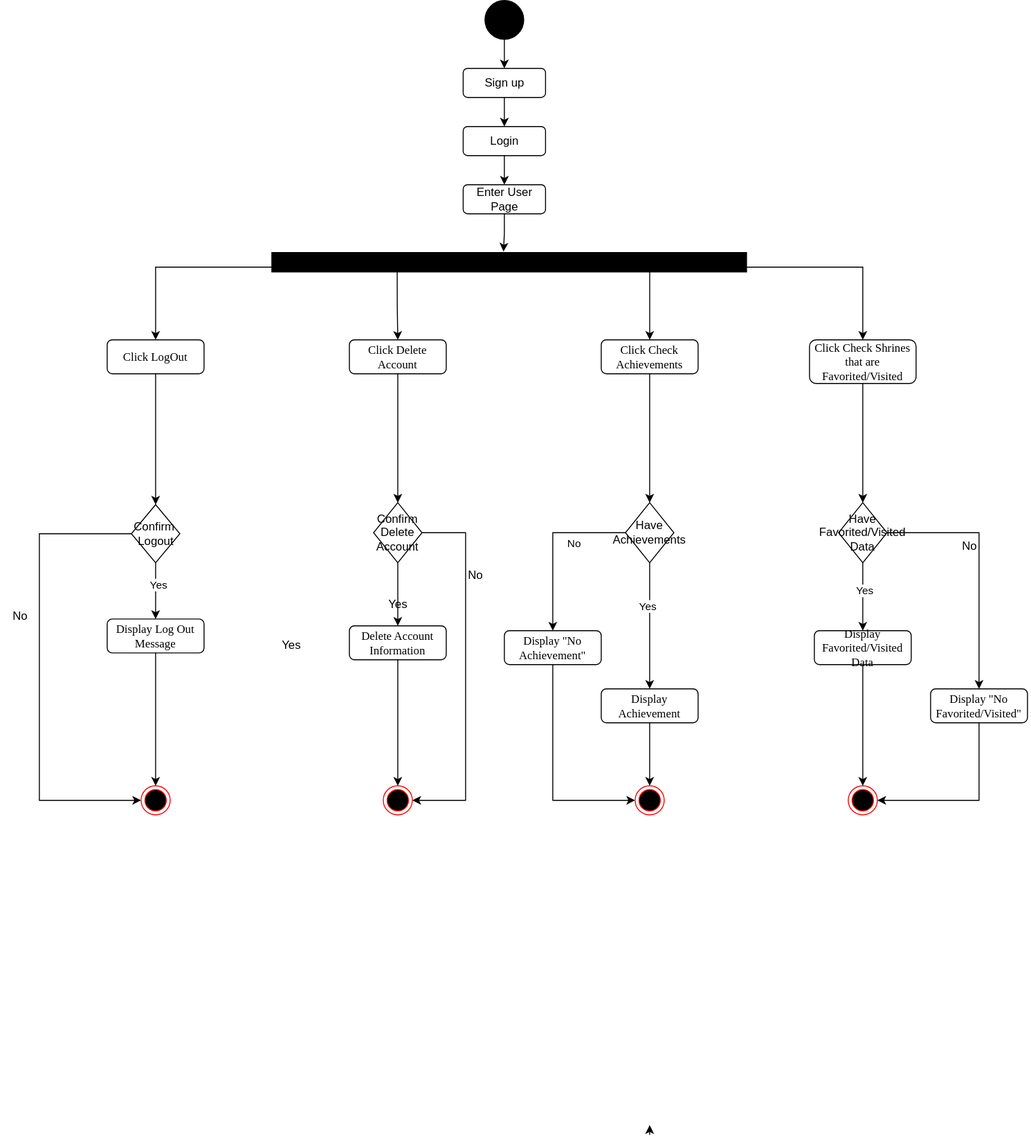
The draw.io diagram docs/assets/images/diagrams/user_page_activity.drawio.svg in LeoLin930104/PBL3, before a commit. Source tidied: cells renumbered, new cells last; positions are measured from the earlier drawing's top-left corner, leaving out a move shared by most shapes. Its diagram source:
```xml
<mxGraphModel>
  <root>
    <mxCell id="0" />
    <mxCell id="1" parent="0" />
    <mxCell id="2" style="edgeStyle=orthogonalEdgeStyle;rounded=0;jettySize=auto;html=1;" parent="1" edge="1" source="3" target="62">
      <mxGeometry relative="1" as="geometry" />
    </mxCell>
    <mxCell id="3" style="ellipse;whiteSpace=wrap;html=1;rounded=0;shadow=0;comic=0;labelBackgroundColor=none;strokeWidth=1;fillColor=#000000;fontFamily=Verdana;fontSize=12;align=center;" parent="1" vertex="1">
      <mxGeometry x="500" width="40" height="40" as="geometry" />
    </mxCell>
    <mxCell id="4" style="edgeStyle=orthogonalEdgeStyle;rounded=0;jettySize=auto;html=1;" parent="1" edge="1" source="50" target="29">
      <mxGeometry relative="1" as="geometry" />
    </mxCell>
    <mxCell id="5" style="edgeStyle=orthogonalEdgeStyle;rounded=0;jettySize=auto;html=1;entryX=0.5;entryY=0;entryDx=0;entryDy=0;" parent="1" edge="1" source="48" target="14">
      <mxGeometry relative="1" as="geometry" />
    </mxCell>
    <mxCell id="6" style="edgeStyle=orthogonalEdgeStyle;rounded=0;jettySize=auto;html=1;" parent="1" edge="1" source="49" target="22">
      <mxGeometry relative="1" as="geometry">
        <Array as="points">
          <mxPoint x="410" y="500" />
          <mxPoint x="410" y="500" />
        </Array>
      </mxGeometry>
    </mxCell>
    <mxCell id="7" style="edgeStyle=orthogonalEdgeStyle;rounded=0;orthogonalLoop=1;jettySize=auto;html=1;exitX=0.5;exitY=1;exitDx=0;exitDy=0;entryX=0.5;entryY=0;entryDx=0;entryDy=0;" parent="1" edge="1">
      <mxGeometry relative="1" as="geometry">
        <mxPoint x="670" y="1170" as="sourcePoint" />
        <mxPoint x="670" y="1160" as="targetPoint" />
      </mxGeometry>
    </mxCell>
    <mxCell id="8" style="edgeStyle=orthogonalEdgeStyle;rounded=0;jettySize=auto;html=1;" parent="1" edge="1" source="51" target="36">
      <mxGeometry relative="1" as="geometry" />
    </mxCell>
    <mxCell id="9" style="edgeStyle=orthogonalEdgeStyle;rounded=0;orthogonalLoop=1;jettySize=auto;html=1;exitX=0.5;exitY=1;exitDx=0;exitDy=0;" parent="1" edge="1">
      <mxGeometry relative="1" as="geometry">
        <mxPoint x="410" y="460" as="sourcePoint" />
        <mxPoint x="410" y="460" as="targetPoint" />
      </mxGeometry>
    </mxCell>
    <mxCell id="10" style="edgeStyle=orthogonalEdgeStyle;rounded=0;orthogonalLoop=1;jettySize=auto;html=1;exitX=0.5;exitY=1;exitDx=0;exitDy=0;" parent="1" edge="1">
      <mxGeometry relative="1" as="geometry">
        <mxPoint x="670" y="460" as="sourcePoint" />
        <mxPoint x="670" y="460" as="targetPoint" />
      </mxGeometry>
    </mxCell>
    <mxCell id="11" style="edgeStyle=orthogonalEdgeStyle;rounded=0;jettySize=auto;html=1;exitX=0;exitY=0.5;exitDx=0;exitDy=0;entryX=0;entryY=0.5;entryDx=0;entryDy=0;" parent="1" edge="1" source="14" target="16">
      <mxGeometry relative="1" as="geometry">
        <Array as="points">
          <mxPoint x="40" y="550" />
          <mxPoint x="40" y="825" />
        </Array>
      </mxGeometry>
    </mxCell>
    <mxCell id="12" style="edgeStyle=orthogonalEdgeStyle;rounded=0;jettySize=auto;html=1;" parent="1" edge="1" source="14" target="53">
      <mxGeometry relative="1" as="geometry" />
    </mxCell>
    <mxCell id="13" value="Yes" style="edgeLabel;html=1;align=center;verticalAlign=middle;" parent="12" vertex="1">
      <mxGeometry x="-0.22" y="2" relative="1" as="geometry" />
    </mxCell>
    <mxCell id="14" style="rhombus;whiteSpace=wrap;html=1;" parent="1" vertex="1">
      <mxGeometry x="135" y="520" width="50" height="60" as="geometry" />
    </mxCell>
    <mxCell id="15" style="ellipse;html=1;shape=endState;fillColor=#000000;strokeColor=#ff0000;" parent="1" vertex="1">
      <mxGeometry x="395" y="810" width="30" height="30" as="geometry" />
    </mxCell>
    <mxCell id="16" style="ellipse;html=1;shape=endState;fillColor=#000000;strokeColor=#ff0000;" parent="1" vertex="1">
      <mxGeometry x="145" y="810" width="30" height="30" as="geometry" />
    </mxCell>
    <mxCell id="17" style="edgeStyle=orthogonalEdgeStyle;rounded=0;orthogonalLoop=1;jettySize=auto;html=1;exitX=0.5;exitY=1;exitDx=0;exitDy=0;" parent="1" edge="1" source="16" target="16">
      <mxGeometry relative="1" as="geometry" />
    </mxCell>
    <mxCell id="18" value="No" style="text;html=1;align=center;verticalAlign=middle;strokeColor=none;fillColor=none;" parent="1" vertex="1">
      <mxGeometry y="620" width="40" height="30" as="geometry" />
    </mxCell>
    <mxCell id="19" value="Confirm&amp;nbsp;&lt;div&gt;Logout&lt;/div&gt;" style="text;html=1;align=center;verticalAlign=middle;strokeColor=none;fillColor=none;" parent="1" vertex="1">
      <mxGeometry x="125" y="530" width="70" height="40" as="geometry" />
    </mxCell>
    <mxCell id="20" style="edgeStyle=orthogonalEdgeStyle;rounded=0;jettySize=auto;html=1;exitX=0.5;exitY=1;exitDx=0;exitDy=0;" parent="1" edge="1" source="22" target="55">
      <mxGeometry relative="1" as="geometry" />
    </mxCell>
    <mxCell id="21" style="edgeStyle=orthogonalEdgeStyle;rounded=0;jettySize=auto;html=1;exitX=1;exitY=0.5;exitDx=0;exitDy=0;entryX=1;entryY=0.5;entryDx=0;entryDy=0;" parent="1" edge="1" source="22" target="15">
      <mxGeometry relative="1" as="geometry">
        <Array as="points">
          <mxPoint x="480" y="549" />
          <mxPoint x="480" y="825" />
        </Array>
      </mxGeometry>
    </mxCell>
    <mxCell id="22" value="Confirm Delete Account" style="rhombus;whiteSpace=wrap;html=1;" parent="1" vertex="1">
      <mxGeometry x="385" y="518" width="50" height="62" as="geometry" />
    </mxCell>
    <mxCell id="23" value="Yes" style="text;html=1;align=center;verticalAlign=middle;strokeColor=none;fillColor=none;" parent="1" vertex="1">
      <mxGeometry x="390" y="608" width="40" height="30" as="geometry" />
    </mxCell>
    <mxCell id="24" value="No" style="text;html=1;align=center;verticalAlign=middle;strokeColor=none;fillColor=none;" parent="1" vertex="1">
      <mxGeometry x="470" y="578" width="40" height="30" as="geometry" />
    </mxCell>
    <mxCell id="25" style="edgeStyle=orthogonalEdgeStyle;rounded=0;jettySize=auto;html=1;entryX=0.5;entryY=0;entryDx=0;entryDy=0;" parent="1" edge="1" source="29" target="56">
      <mxGeometry relative="1" as="geometry" />
    </mxCell>
    <mxCell id="26" value="No" style="edgeLabel;html=1;align=center;verticalAlign=middle;" parent="25" vertex="1">
      <mxGeometry x="-0.37" y="-2" relative="1" as="geometry">
        <mxPoint x="2" y="12" as="offset" />
      </mxGeometry>
    </mxCell>
    <mxCell id="27" style="edgeStyle=orthogonalEdgeStyle;rounded=0;jettySize=auto;html=1;" parent="1" edge="1" source="29" target="57">
      <mxGeometry relative="1" as="geometry" />
    </mxCell>
    <mxCell id="28" value="Yes" style="edgeLabel;html=1;align=center;verticalAlign=middle;" parent="27" vertex="1">
      <mxGeometry x="-0.32" y="-3" relative="1" as="geometry" />
    </mxCell>
    <mxCell id="29" value="Have Achievements" style="rhombus;whiteSpace=wrap;html=1;" parent="1" vertex="1">
      <mxGeometry x="645" y="518" width="50" height="62" as="geometry" />
    </mxCell>
    <mxCell id="30" style="edgeStyle=orthogonalEdgeStyle;rounded=0;jettySize=auto;html=1;exitX=0.5;exitY=1;exitDx=0;exitDy=0;" parent="1" edge="1" source="56" target="32">
      <mxGeometry relative="1" as="geometry">
        <Array as="points">
          <mxPoint x="570" y="825" />
        </Array>
      </mxGeometry>
    </mxCell>
    <mxCell id="31" style="edgeStyle=orthogonalEdgeStyle;rounded=0;jettySize=auto;html=1;entryX=0.5;entryY=0;entryDx=0;entryDy=0;" parent="1" edge="1" source="57" target="32">
      <mxGeometry relative="1" as="geometry" />
    </mxCell>
    <mxCell id="32" style="ellipse;html=1;shape=endState;fillColor=#000000;strokeColor=#ff0000;" parent="1" vertex="1">
      <mxGeometry x="655" y="810" width="30" height="30" as="geometry" />
    </mxCell>
    <mxCell id="33" style="edgeStyle=orthogonalEdgeStyle;rounded=0;jettySize=auto;html=1;exitX=0.5;exitY=1;exitDx=0;exitDy=0;" parent="1" edge="1" source="36" target="59">
      <mxGeometry relative="1" as="geometry" />
    </mxCell>
    <mxCell id="34" value="Yes" style="edgeLabel;html=1;align=center;verticalAlign=middle;" parent="33" vertex="1">
      <mxGeometry x="-0.19" y="1" relative="1" as="geometry" />
    </mxCell>
    <mxCell id="35" style="edgeStyle=orthogonalEdgeStyle;rounded=0;jettySize=auto;html=1;entryX=0.5;entryY=0;entryDx=0;entryDy=0;" parent="1" edge="1" source="36" target="60">
      <mxGeometry relative="1" as="geometry" />
    </mxCell>
    <mxCell id="36" value="Have Favorited/Visited Data" style="rhombus;whiteSpace=wrap;html=1;" parent="1" vertex="1">
      <mxGeometry x="865" y="518" width="50" height="62" as="geometry" />
    </mxCell>
    <mxCell id="37" style="ellipse;html=1;shape=endState;fillColor=#000000;strokeColor=#ff0000;" parent="1" vertex="1">
      <mxGeometry x="875" y="810" width="30" height="30" as="geometry" />
    </mxCell>
    <mxCell id="38" style="edgeStyle=orthogonalEdgeStyle;rounded=0;jettySize=auto;html=1;exitX=0.5;exitY=1;exitDx=0;exitDy=0;" parent="1" edge="1" source="60" target="37">
      <mxGeometry relative="1" as="geometry">
        <Array as="points">
          <mxPoint x="1010" y="825" />
        </Array>
      </mxGeometry>
    </mxCell>
    <mxCell id="39" value="No" style="text;html=1;align=center;verticalAlign=middle;strokeColor=none;fillColor=none;" parent="1" vertex="1">
      <mxGeometry x="980" y="548" width="40" height="30" as="geometry" />
    </mxCell>
    <mxCell id="40" value="Yes" style="text;html=1;align=center;verticalAlign=middle;strokeColor=none;fillColor=none;" parent="1" vertex="1">
      <mxGeometry x="280" y="650" width="40" height="30" as="geometry" />
    </mxCell>
    <mxCell id="41" style="edgeStyle=orthogonalEdgeStyle;rounded=0;jettySize=auto;html=1;entryX=0.488;entryY=-0.05;entryDx=0;entryDy=0;entryPerimeter=0;" parent="1" edge="1" source="42" target="47">
      <mxGeometry relative="1" as="geometry" />
    </mxCell>
    <mxCell id="42" value="Enter User Page" style="rounded=1;whiteSpace=wrap;html=1;" parent="1" vertex="1">
      <mxGeometry x="477.5" y="190" width="85" height="30" as="geometry" />
    </mxCell>
    <mxCell id="43" style="edgeStyle=orthogonalEdgeStyle;rounded=0;jettySize=auto;html=1;exitX=0;exitY=0.75;exitDx=0;exitDy=0;" parent="1" edge="1" source="47" target="48">
      <mxGeometry relative="1" as="geometry" />
    </mxCell>
    <mxCell id="44" style="edgeStyle=orthogonalEdgeStyle;rounded=0;jettySize=auto;html=1;exitX=0.264;exitY=0.95;exitDx=0;exitDy=0;exitPerimeter=0;" parent="1" edge="1" source="47" target="49">
      <mxGeometry relative="1" as="geometry" />
    </mxCell>
    <mxCell id="45" style="edgeStyle=orthogonalEdgeStyle;rounded=0;jettySize=auto;html=1;exitX=0.796;exitY=0.95;exitDx=0;exitDy=0;exitPerimeter=0;" parent="1" edge="1" source="47" target="50">
      <mxGeometry relative="1" as="geometry" />
    </mxCell>
    <mxCell id="46" style="edgeStyle=orthogonalEdgeStyle;rounded=0;jettySize=auto;html=1;exitX=1;exitY=0.75;exitDx=0;exitDy=0;" parent="1" edge="1" source="47" target="51">
      <mxGeometry relative="1" as="geometry" />
    </mxCell>
    <mxCell id="47" style="rounded=0;whiteSpace=wrap;html=1;fillColor=#000000;" parent="1" vertex="1">
      <mxGeometry x="280" y="260" width="490" height="20" as="geometry" />
    </mxCell>
    <mxCell id="48" value="&lt;span style=&quot;font-family: Verdana;&quot;&gt;Click LogOut&lt;/span&gt;" style="rounded=1;whiteSpace=wrap;html=1;" parent="1" vertex="1">
      <mxGeometry x="110" y="350" width="100" height="35" as="geometry" />
    </mxCell>
    <mxCell id="49" value="&lt;span style=&quot;font-family: Verdana;&quot;&gt;Click Delete Account&lt;/span&gt;" style="rounded=1;whiteSpace=wrap;html=1;" parent="1" vertex="1">
      <mxGeometry x="360" y="350" width="100" height="35" as="geometry" />
    </mxCell>
    <mxCell id="50" value="&lt;span style=&quot;font-family: Verdana;&quot;&gt;Click Check Achievements&lt;/span&gt;" style="rounded=1;whiteSpace=wrap;html=1;" parent="1" vertex="1">
      <mxGeometry x="620" y="350" width="100" height="35" as="geometry" />
    </mxCell>
    <mxCell id="51" value="&lt;span style=&quot;font-family: Verdana;&quot;&gt;Click Check Shrines that are Favorited/Visited&lt;/span&gt;" style="rounded=1;whiteSpace=wrap;html=1;" parent="1" vertex="1">
      <mxGeometry x="835" y="350" width="110" height="45" as="geometry" />
    </mxCell>
    <mxCell id="52" style="edgeStyle=orthogonalEdgeStyle;rounded=0;jettySize=auto;html=1;" parent="1" edge="1" source="53" target="16">
      <mxGeometry relative="1" as="geometry" />
    </mxCell>
    <mxCell id="53" value="&lt;span style=&quot;font-family: Verdana;&quot;&gt;Display Log Out Message&lt;/span&gt;" style="rounded=1;whiteSpace=wrap;html=1;" parent="1" vertex="1">
      <mxGeometry x="110" y="638" width="100" height="35" as="geometry" />
    </mxCell>
    <mxCell id="54" style="edgeStyle=orthogonalEdgeStyle;rounded=0;jettySize=auto;html=1;entryX=0.5;entryY=0;entryDx=0;entryDy=0;" parent="1" edge="1" source="55" target="15">
      <mxGeometry relative="1" as="geometry" />
    </mxCell>
    <mxCell id="55" value="&lt;span style=&quot;font-family: Verdana;&quot;&gt;Delete Account Information&lt;/span&gt;" style="rounded=1;whiteSpace=wrap;html=1;" parent="1" vertex="1">
      <mxGeometry x="360" y="645" width="100" height="35" as="geometry" />
    </mxCell>
    <mxCell id="56" value="&lt;span style=&quot;font-family: Verdana;&quot;&gt;Display &quot;No Achievement&quot;&lt;/span&gt;" style="rounded=1;whiteSpace=wrap;html=1;" parent="1" vertex="1">
      <mxGeometry x="520" y="650" width="100" height="35" as="geometry" />
    </mxCell>
    <mxCell id="57" value="&lt;span style=&quot;font-family: Verdana;&quot;&gt;Display Achievement&lt;/span&gt;" style="rounded=1;whiteSpace=wrap;html=1;" parent="1" vertex="1">
      <mxGeometry x="620" y="710" width="100" height="35" as="geometry" />
    </mxCell>
    <mxCell id="58" style="edgeStyle=orthogonalEdgeStyle;rounded=0;jettySize=auto;html=1;entryX=0.5;entryY=0;entryDx=0;entryDy=0;" parent="1" edge="1" source="59" target="37">
      <mxGeometry relative="1" as="geometry" />
    </mxCell>
    <mxCell id="59" value="&lt;span style=&quot;font-family: Verdana;&quot;&gt;Display Favorited/Visited&lt;/span&gt;&lt;div style=&quot;font-family: Verdana;&quot;&gt;Data&lt;/div&gt;" style="rounded=1;whiteSpace=wrap;html=1;" parent="1" vertex="1">
      <mxGeometry x="840" y="650" width="100" height="35" as="geometry" />
    </mxCell>
    <mxCell id="60" value="&lt;span style=&quot;font-family: Verdana;&quot;&gt;Display &quot;No Favo&lt;span style=&quot;white-space: pre;&quot;&gt;rited/Visited&lt;/span&gt;&quot;&lt;/span&gt;" style="rounded=1;whiteSpace=wrap;html=1;" parent="1" vertex="1">
      <mxGeometry x="960" y="710" width="100" height="35" as="geometry" />
    </mxCell>
    <mxCell id="61" style="edgeStyle=orthogonalEdgeStyle;rounded=0;jettySize=auto;html=1;" parent="1" edge="1" source="62" target="64">
      <mxGeometry relative="1" as="geometry" />
    </mxCell>
    <mxCell id="62" value="Sign up" style="rounded=1;whiteSpace=wrap;html=1;" parent="1" vertex="1">
      <mxGeometry x="477.5" y="70" width="85" height="30" as="geometry" />
    </mxCell>
    <mxCell id="63" style="edgeStyle=orthogonalEdgeStyle;rounded=0;jettySize=auto;html=1;" parent="1" edge="1" source="64" target="42">
      <mxGeometry relative="1" as="geometry" />
    </mxCell>
    <mxCell id="64" value="Login" style="rounded=1;whiteSpace=wrap;html=1;" parent="1" vertex="1">
      <mxGeometry x="477.5" y="130" width="85" height="30" as="geometry" />
    </mxCell>
  </root>
</mxGraphModel>
```
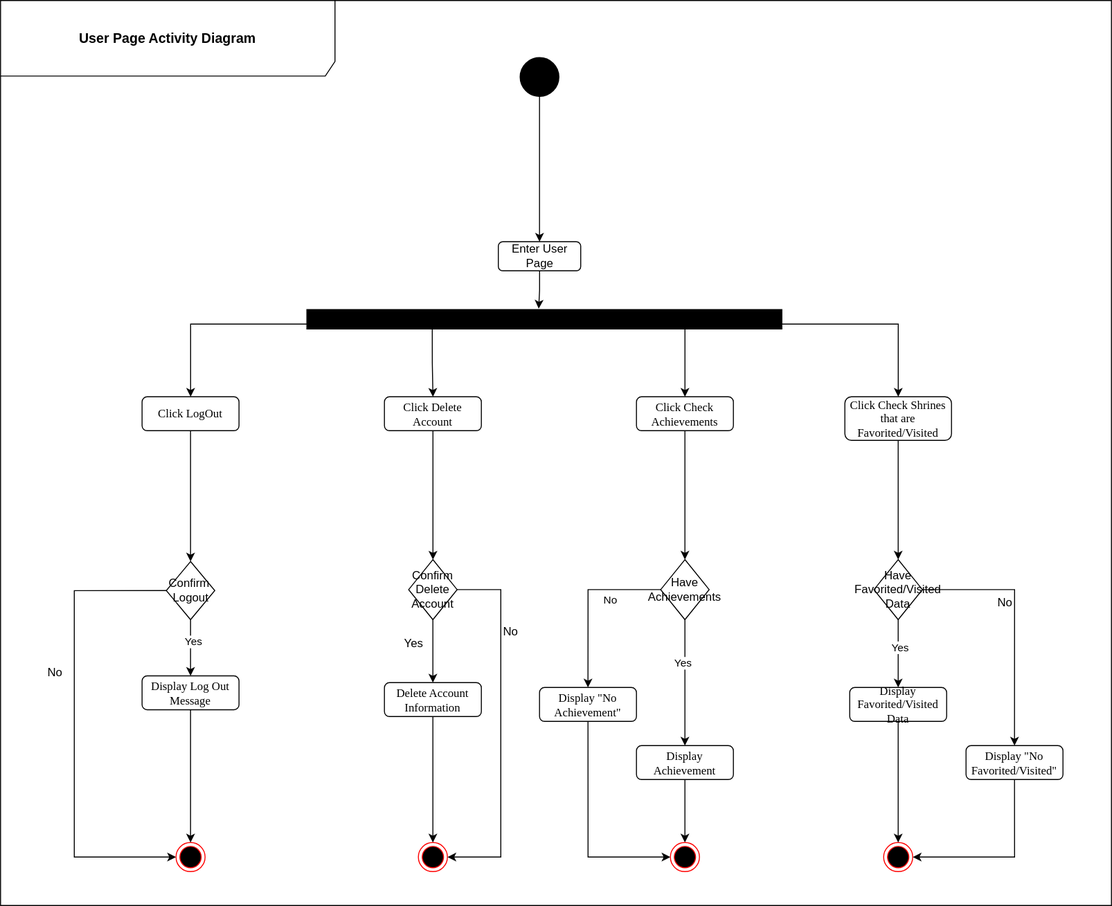
The same file after the commit.

Change to the diagram source:
```diff
@@ -1,8 +1,8 @@
-<mxGraphModel>
+<mxGraphModel background="#FFFFFF">
   <root>
     <mxCell id="0" />
     <mxCell id="1" parent="0" />
-    <mxCell id="2" style="edgeStyle=orthogonalEdgeStyle;rounded=0;jettySize=auto;html=1;" parent="1" edge="1" source="3" target="62">
+    <mxCell id="2" style="edgeStyle=orthogonalEdgeStyle;rounded=0;jettySize=auto;html=1;entryX=0.5;entryY=0;entryDx=0;entryDy=0;" parent="1" edge="1" source="3" target="42">
       <mxGeometry relative="1" as="geometry" />
     </mxCell>
     <mxCell id="3" style="ellipse;whiteSpace=wrap;html=1;rounded=0;shadow=0;comic=0;labelBackgroundColor=none;strokeWidth=1;fillColor=#000000;fontFamily=Verdana;fontSize=12;align=center;" parent="1" vertex="1">
@@ -22,12 +22,6 @@
         </Array>
       </mxGeometry>
     </mxCell>
-    <mxCell id="7" style="edgeStyle=orthogonalEdgeStyle;rounded=0;orthogonalLoop=1;jettySize=auto;html=1;exitX=0.5;exitY=1;exitDx=0;exitDy=0;entryX=0.5;entryY=0;entryDx=0;entryDy=0;" parent="1" edge="1">
-      <mxGeometry relative="1" as="geometry">
-        <mxPoint x="670" y="1170" as="sourcePoint" />
-        <mxPoint x="670" y="1160" as="targetPoint" />
-      </mxGeometry>
-    </mxCell>
     <mxCell id="8" style="edgeStyle=orthogonalEdgeStyle;rounded=0;jettySize=auto;html=1;" parent="1" edge="1" source="51" target="36">
       <mxGeometry relative="1" as="geometry" />
     </mxCell>
@@ -89,9 +83,6 @@
     <mxCell id="22" value="Confirm Delete Account" style="rhombus;whiteSpace=wrap;html=1;" parent="1" vertex="1">
       <mxGeometry x="385" y="518" width="50" height="62" as="geometry" />
     </mxCell>
-    <mxCell id="23" value="Yes" style="text;html=1;align=center;verticalAlign=middle;strokeColor=none;fillColor=none;" parent="1" vertex="1">
-      <mxGeometry x="390" y="608" width="40" height="30" as="geometry" />
-    </mxCell>
     <mxCell id="24" value="No" style="text;html=1;align=center;verticalAlign=middle;strokeColor=none;fillColor=none;" parent="1" vertex="1">
       <mxGeometry x="470" y="578" width="40" height="30" as="geometry" />
     </mxCell>
@@ -150,8 +141,8 @@
     <mxCell id="39" value="No" style="text;html=1;align=center;verticalAlign=middle;strokeColor=none;fillColor=none;" parent="1" vertex="1">
       <mxGeometry x="980" y="548" width="40" height="30" as="geometry" />
     </mxCell>
-    <mxCell id="40" value="Yes" style="text;html=1;align=center;verticalAlign=middle;strokeColor=none;fillColor=none;" parent="1" vertex="1">
-      <mxGeometry x="280" y="650" width="40" height="30" as="geometry" />
+    <mxCell id="40" value="Yes" style="text;html=1;align=center;verticalAlign=middle;strokeColor=none;fillColor=none;rotation=0;" parent="1" vertex="1">
+      <mxGeometry x="370" y="590" width="40" height="30" as="geometry" />
     </mxCell>
     <mxCell id="41" style="edgeStyle=orthogonalEdgeStyle;rounded=0;jettySize=auto;html=1;entryX=0.488;entryY=-0.05;entryDx=0;entryDy=0;entryPerimeter=0;" parent="1" edge="1" source="42" target="47">
       <mxGeometry relative="1" as="geometry" />
@@ -213,17 +204,8 @@
     <mxCell id="60" value="&lt;span style=&quot;font-family: Verdana;&quot;&gt;Display &quot;No Favo&lt;span style=&quot;white-space: pre;&quot;&gt;rited/Visited&lt;/span&gt;&quot;&lt;/span&gt;" style="rounded=1;whiteSpace=wrap;html=1;" parent="1" vertex="1">
       <mxGeometry x="960" y="710" width="100" height="35" as="geometry" />
     </mxCell>
-    <mxCell id="61" style="edgeStyle=orthogonalEdgeStyle;rounded=0;jettySize=auto;html=1;" parent="1" edge="1" source="62" target="64">
-      <mxGeometry relative="1" as="geometry" />
-    </mxCell>
-    <mxCell id="62" value="Sign up" style="rounded=1;whiteSpace=wrap;html=1;" parent="1" vertex="1">
-      <mxGeometry x="477.5" y="70" width="85" height="30" as="geometry" />
-    </mxCell>
-    <mxCell id="63" style="edgeStyle=orthogonalEdgeStyle;rounded=0;jettySize=auto;html=1;" parent="1" edge="1" source="64" target="42">
-      <mxGeometry relative="1" as="geometry" />
-    </mxCell>
-    <mxCell id="64" value="Login" style="rounded=1;whiteSpace=wrap;html=1;" parent="1" vertex="1">
-      <mxGeometry x="477.5" y="130" width="85" height="30" as="geometry" />
-    </mxCell>
+    <mxCell id="65" value="&lt;font style=&quot;font-size: 14px;&quot;&gt;&lt;b&gt;User Page Activity Diagram&lt;/b&gt;&lt;/font&gt;" style="shape=umlFrame;whiteSpace=wrap;html=1;width=345;height=78;" parent="1" vertex="1">
+      <mxGeometry x="-36" y="-59" width="1146" height="934" as="geometry" />
+    </mxCell>
   </root>
 </mxGraphModel>
```
